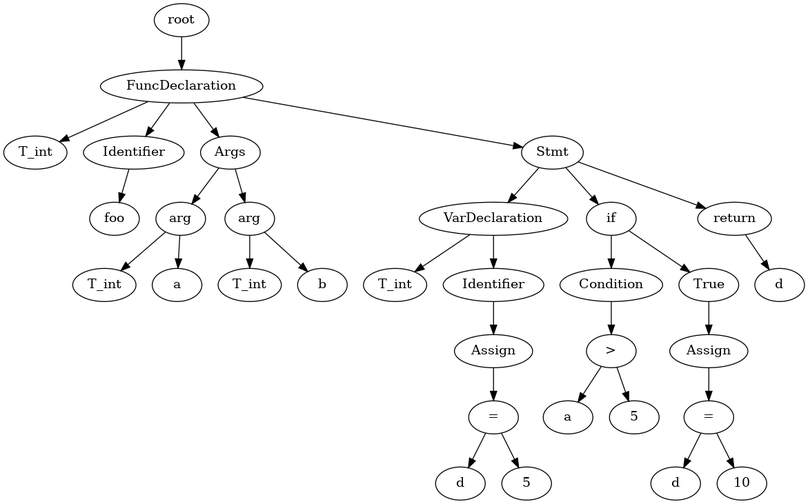
Earlier version of the Graphviz export test.gv.png (Jstar49/starCC). Its source is kept beside it as test.gv.
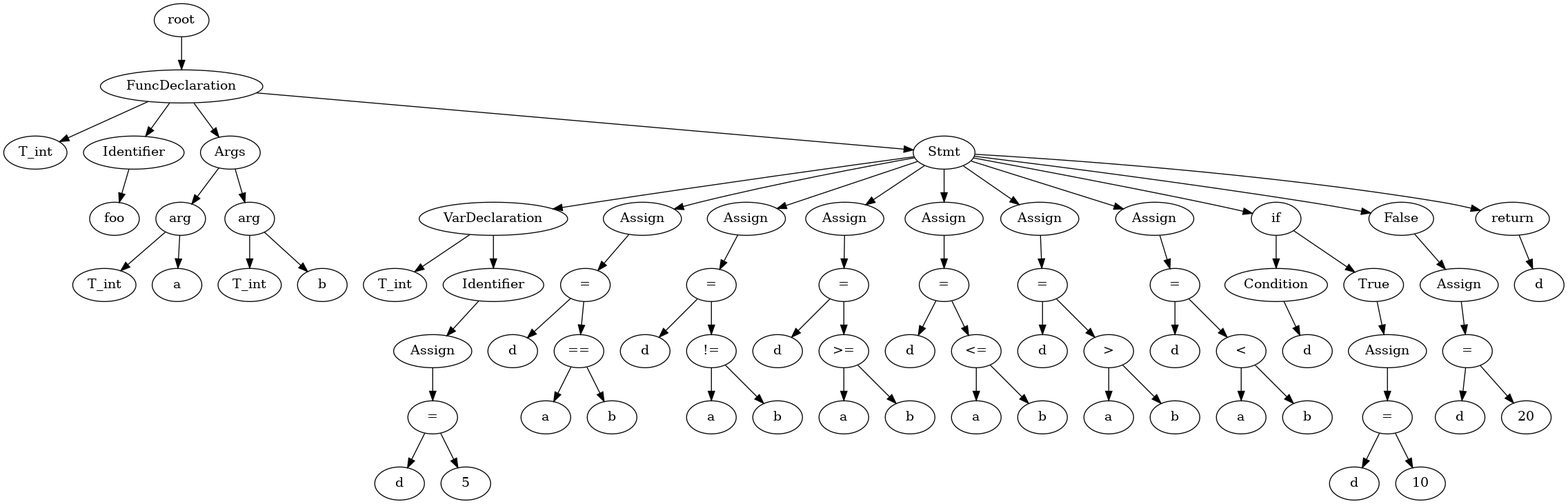
The same diagram one commit later.

What changed in the source:
```diff
@@ -38,28 +38,106 @@
 	17 -> 16
 	18 [label=5]
 	17 -> 18
-	19 [label=if]
+	19 [label=Assign]
 	11 -> 19
-	20 [label=Condition]
-	19 -> 20
-	22 [label=">"]
-	20 -> 22
-	21 [label=a]
-	22 -> 21
-	23 [label=5]
-	22 -> 23
-	24 [label=True]
-	19 -> 24
+	21 [label="="]
+	19 -> 21
+	20 [label=d]
+	21 -> 20
+	23 [label="=="]
+	21 -> 23
+	22 [label=a]
+	23 -> 22
+	24 [label=b]
+	23 -> 24
 	25 [label=Assign]
-	24 -> 25
+	11 -> 25
 	27 [label="="]
 	25 -> 27
 	26 [label=d]
 	27 -> 26
-	28 [label=10]
-	27 -> 28
-	29 [label=return]
-	11 -> 29
-	30 [label=d]
+	29 [label="!="]
+	27 -> 29
+	28 [label=a]
+	29 -> 28
+	30 [label=b]
 	29 -> 30
+	31 [label=Assign]
+	11 -> 31
+	33 [label="="]
+	31 -> 33
+	32 [label=d]
+	33 -> 32
+	35 [label=">="]
+	33 -> 35
+	34 [label=a]
+	35 -> 34
+	36 [label=b]
+	35 -> 36
+	37 [label=Assign]
+	11 -> 37
+	39 [label="="]
+	37 -> 39
+	38 [label=d]
+	39 -> 38
+	41 [label="<="]
+	39 -> 41
+	40 [label=a]
+	41 -> 40
+	42 [label=b]
+	41 -> 42
+	43 [label=Assign]
+	11 -> 43
+	45 [label="="]
+	43 -> 45
+	44 [label=d]
+	45 -> 44
+	47 [label=">"]
+	45 -> 47
+	46 [label=a]
+	47 -> 46
+	48 [label=b]
+	47 -> 48
+	49 [label=Assign]
+	11 -> 49
+	51 [label="="]
+	49 -> 51
+	50 [label=d]
+	51 -> 50
+	53 [label="<"]
+	51 -> 53
+	52 [label=a]
+	53 -> 52
+	54 [label=b]
+	53 -> 54
+	55 [label=if]
+	11 -> 55
+	56 [label=Condition]
+	55 -> 56
+	57 [label=d]
+	56 -> 57
+	58 [label=True]
+	55 -> 58
+	59 [label=Assign]
+	58 -> 59
+	61 [label="="]
+	59 -> 61
+	60 [label=d]
+	61 -> 60
+	62 [label=10]
+	61 -> 62
+	63 [label=False]
+	11 -> 63
+	64 [label=Assign]
+	63 -> 64
+	66 [label="="]
+	64 -> 66
+	65 [label=d]
+	66 -> 65
+	67 [label=20]
+	66 -> 67
+	68 [label=return]
+	11 -> 68
+	69 [label=d]
+	68 -> 69
 }
```
